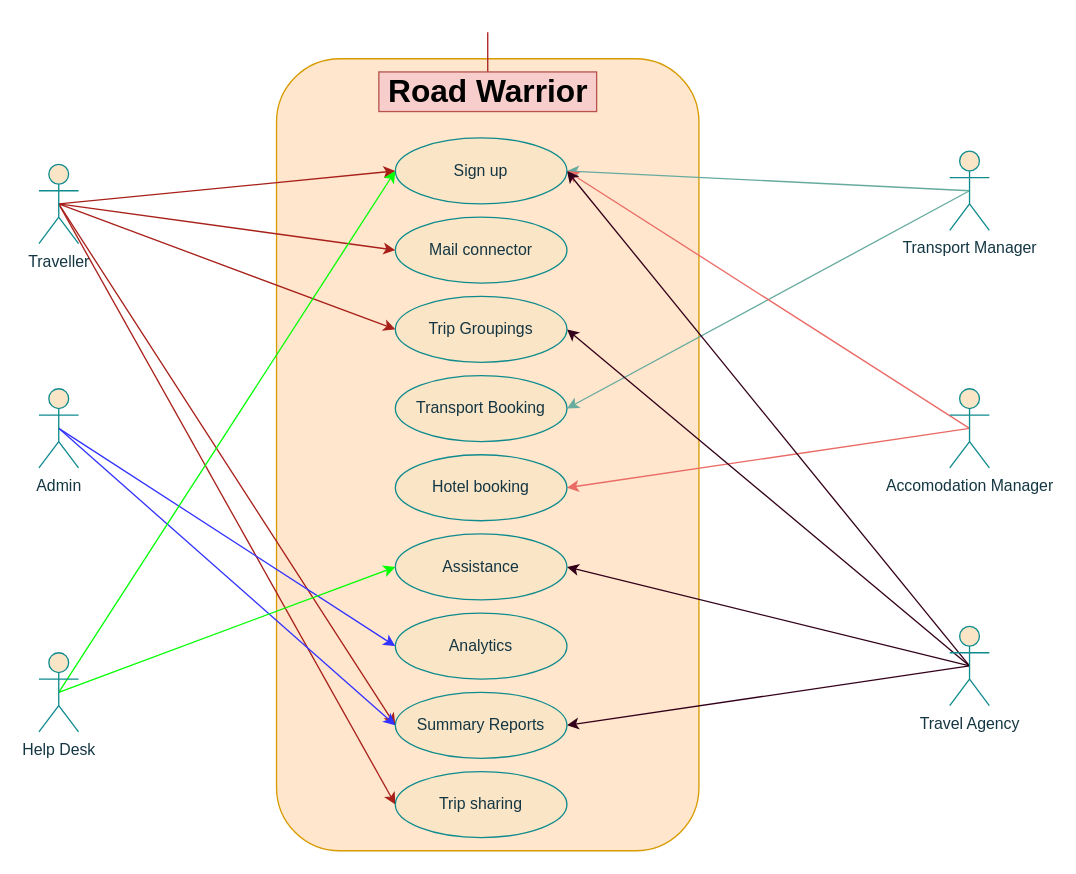
This is RawFiles & Diagrams/actor_usecase.drawio from truptijogi7/ArchKatas2023, a draw.io file, before an edit. Source tidied: cells renumbered, new cells numbered last; positions are measured from the earlier drawing's top-left corner, leaving out a move shared by most shapes. Both pictures are drawn from the tidied source at 132%, with x=0, y=0 at pixel (38, 58).
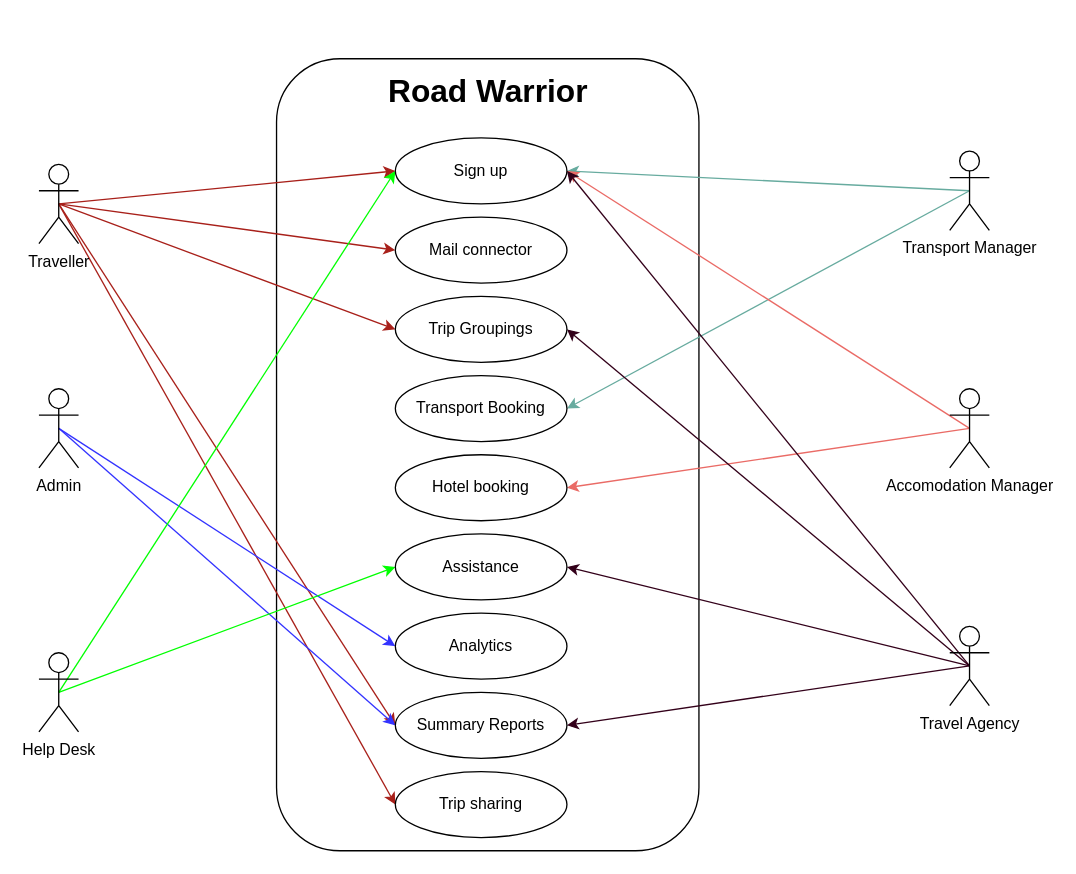
The same diagram, later.

Commit message (it also covers changes not shown here):
update actor user case diagram

The edit, as a diff of the source:
```diff
@@
-    <mxCell id="2" style="rounded=1;whiteSpace=wrap;html=1;strokeColor=#d79b00;fillColor=#ffe6cc;labelBackgroundColor=none;" parent="1" vertex="1">
+    <mxCell id="2" style="rounded=1;whiteSpace=wrap;html=1;labelBackgroundColor=none;" parent="1" vertex="1">
       <mxGeometry x="180" width="320" height="600" as="geometry" />
     </mxCell>
@@
-    <mxCell id="8" value="Traveller" style="shape=umlActor;verticalLabelPosition=bottom;verticalAlign=top;html=1;outlineConnect=0;labelBackgroundColor=none;fillColor=#FAE5C7;strokeColor=#0F8B8D;fontColor=#143642;" parent="1" vertex="1">
+    <mxCell id="8" value="Traveller" style="shape=umlActor;verticalLabelPosition=bottom;verticalAlign=top;html=1;outlineConnect=0;labelBackgroundColor=none;" parent="1" vertex="1">
       <mxGeometry y="80" width="30" height="60" as="geometry" />
     </mxCell>
@@
-    <mxCell id="11" value="Admin" style="shape=umlActor;verticalLabelPosition=bottom;verticalAlign=top;html=1;outlineConnect=0;strokeColor=#0F8B8D;fontColor=#143642;fillColor=#FAE5C7;" parent="1" vertex="1">
+    <mxCell id="11" value="Admin" style="shape=umlActor;verticalLabelPosition=bottom;verticalAlign=top;html=1;outlineConnect=0;" parent="1" vertex="1">
       <mxGeometry y="250" width="30" height="60" as="geometry" />
     </mxCell>
@@
-    <mxCell id="14" value="Help Desk" style="shape=umlActor;verticalLabelPosition=bottom;verticalAlign=top;html=1;outlineConnect=0;strokeColor=#0F8B8D;fontColor=#143642;fillColor=#FAE5C7;" parent="1" vertex="1">
+    <mxCell id="14" value="Help Desk" style="shape=umlActor;verticalLabelPosition=bottom;verticalAlign=top;html=1;outlineConnect=0;" parent="1" vertex="1">
       <mxGeometry y="450" width="30" height="60" as="geometry" />
     </mxCell>
@@
-    <mxCell id="17" value="Transport Manager" style="shape=umlActor;verticalLabelPosition=bottom;verticalAlign=top;html=1;outlineConnect=0;strokeColor=#0F8B8D;fontColor=#143642;fillColor=#FAE5C7;" parent="1" vertex="1">
+    <mxCell id="17" value="Transport Manager" style="shape=umlActor;verticalLabelPosition=bottom;verticalAlign=top;html=1;outlineConnect=0;" parent="1" vertex="1">
       <mxGeometry x="690" y="70" width="30" height="60" as="geometry" />
     </mxCell>
@@
-    <mxCell id="20" value="Accomodation Manager" style="shape=umlActor;verticalLabelPosition=bottom;verticalAlign=top;html=1;outlineConnect=0;strokeColor=#0F8B8D;fontColor=#143642;fillColor=#FAE5C7;" parent="1" vertex="1">
+    <mxCell id="20" value="Accomodation Manager" style="shape=umlActor;verticalLabelPosition=bottom;verticalAlign=top;html=1;outlineConnect=0;" parent="1" vertex="1">
       <mxGeometry x="690" y="250" width="30" height="60" as="geometry" />
     </mxCell>
@@
-    <mxCell id="25" value="Travel Agency" style="shape=umlActor;verticalLabelPosition=bottom;verticalAlign=top;html=1;outlineConnect=0;strokeColor=#0F8B8D;fontColor=#143642;fillColor=#FAE5C7;" parent="1" vertex="1">
+    <mxCell id="25" value="Travel Agency" style="shape=umlActor;verticalLabelPosition=bottom;verticalAlign=top;html=1;outlineConnect=0;" parent="1" vertex="1">
       <mxGeometry x="690" y="430" width="30" height="60" as="geometry" />
     </mxCell>
-    <mxCell id="26" style="edgeStyle=orthogonalEdgeStyle;rounded=0;jettySize=auto;html=1;exitX=0.5;exitY=0;exitDx=0;exitDy=0;strokeColor=#A8201A;fontColor=#143642;fillColor=#FAE5C7;" parent="1" edge="1" source="2">
-      <mxGeometry relative="1" as="geometry">
-        <mxPoint x="340" y="40" as="targetPoint" />
-      </mxGeometry>
-    </mxCell>
-    <mxCell id="27" value="&lt;div style=&quot;border-color: var(--border-color);&quot;&gt;&lt;div style=&quot;border-color: var(--border-color);&quot;&gt;Sign up&lt;/div&gt;&lt;/div&gt;" style="ellipse;whiteSpace=wrap;html=1;strokeColor=#0F8B8D;fontColor=#143642;fillColor=#FAE5C7;" parent="1" vertex="1">
+    <mxCell id="27" value="&lt;div style=&quot;border-color: var(--border-color);&quot;&gt;&lt;div style=&quot;border-color: var(--border-color);&quot;&gt;Sign up&lt;/div&gt;&lt;/div&gt;" style="ellipse;whiteSpace=wrap;html=1;" parent="1" vertex="1">
       <mxGeometry x="270" y="60" width="130" height="50" as="geometry" />
     </mxCell>
-    <mxCell id="28" value="&lt;div style=&quot;border-color: var(--border-color);&quot;&gt;Mail connector&lt;/div&gt;" style="ellipse;whiteSpace=wrap;html=1;strokeColor=#0F8B8D;fontColor=#143642;fillColor=#FAE5C7;" parent="1" vertex="1">
+    <mxCell id="28" value="&lt;div style=&quot;border-color: var(--border-color);&quot;&gt;Mail connector&lt;/div&gt;" style="ellipse;whiteSpace=wrap;html=1;" parent="1" vertex="1">
       <mxGeometry x="270" y="120" width="130" height="50" as="geometry" />
     </mxCell>
-    <mxCell id="29" value="&lt;div style=&quot;border-color: var(--border-color);&quot;&gt;&lt;div style=&quot;border-color: var(--border-color);&quot;&gt;Trip Groupings&lt;/div&gt;&lt;/div&gt;" style="ellipse;whiteSpace=wrap;html=1;strokeColor=#0F8B8D;fontColor=#143642;fillColor=#FAE5C7;" parent="1" vertex="1">
+    <mxCell id="29" value="&lt;div style=&quot;border-color: var(--border-color);&quot;&gt;&lt;div style=&quot;border-color: var(--border-color);&quot;&gt;Trip Groupings&lt;/div&gt;&lt;/div&gt;" style="ellipse;whiteSpace=wrap;html=1;" parent="1" vertex="1">
       <mxGeometry x="270" y="180" width="130" height="50" as="geometry" />
     </mxCell>
-    <mxCell id="30" value="&lt;div style=&quot;border-color: var(--border-color);&quot;&gt;Transport Booking&lt;/div&gt;" style="ellipse;whiteSpace=wrap;html=1;strokeColor=#0F8B8D;fontColor=#143642;fillColor=#FAE5C7;" parent="1" vertex="1">
+    <mxCell id="30" value="&lt;div style=&quot;border-color: var(--border-color);&quot;&gt;Transport Booking&lt;/div&gt;" style="ellipse;whiteSpace=wrap;html=1;" parent="1" vertex="1">
       <mxGeometry x="270" y="240" width="130" height="50" as="geometry" />
     </mxCell>
-    <mxCell id="31" value="&lt;div style=&quot;border-color: var(--border-color);&quot;&gt;&lt;div style=&quot;border-color: var(--border-color);&quot;&gt;Hotel booking&lt;/div&gt;&lt;/div&gt;" style="ellipse;whiteSpace=wrap;html=1;strokeColor=#0F8B8D;fontColor=#143642;fillColor=#FAE5C7;" parent="1" vertex="1">
+    <mxCell id="31" value="&lt;div style=&quot;border-color: var(--border-color);&quot;&gt;&lt;div style=&quot;border-color: var(--border-color);&quot;&gt;Hotel booking&lt;/div&gt;&lt;/div&gt;" style="ellipse;whiteSpace=wrap;html=1;" parent="1" vertex="1">
       <mxGeometry x="270" y="300" width="130" height="50" as="geometry" />
     </mxCell>
-    <mxCell id="32" value="&lt;div style=&quot;border-color: var(--border-color);&quot;&gt;Assistance&lt;/div&gt;" style="ellipse;whiteSpace=wrap;html=1;strokeColor=#0F8B8D;fontColor=#143642;fillColor=#FAE5C7;" parent="1" vertex="1">
+    <mxCell id="32" value="&lt;div style=&quot;border-color: var(--border-color);&quot;&gt;Assistance&lt;/div&gt;" style="ellipse;whiteSpace=wrap;html=1;" parent="1" vertex="1">
       <mxGeometry x="270" y="360" width="130" height="50" as="geometry" />
     </mxCell>
-    <mxCell id="33" value="&lt;div style=&quot;border-color: var(--border-color);&quot;&gt;Analytics&lt;/div&gt;" style="ellipse;whiteSpace=wrap;html=1;strokeColor=#0F8B8D;fontColor=#143642;fillColor=#FAE5C7;" parent="1" vertex="1">
+    <mxCell id="33" value="&lt;div style=&quot;border-color: var(--border-color);&quot;&gt;Analytics&lt;/div&gt;" style="ellipse;whiteSpace=wrap;html=1;" parent="1" vertex="1">
       <mxGeometry x="270" y="420" width="130" height="50" as="geometry" />
     </mxCell>
-    <mxCell id="34" value="&lt;div style=&quot;border-color: var(--border-color);&quot;&gt;&lt;div style=&quot;border-color: var(--border-color);&quot;&gt;Summary Reports&lt;/div&gt;&lt;/div&gt;" style="ellipse;whiteSpace=wrap;html=1;strokeColor=#0F8B8D;fontColor=#143642;fillColor=#FAE5C7;" parent="1" vertex="1">
+    <mxCell id="34" value="&lt;div style=&quot;border-color: var(--border-color);&quot;&gt;&lt;div style=&quot;border-color: var(--border-color);&quot;&gt;Summary Reports&lt;/div&gt;&lt;/div&gt;" style="ellipse;whiteSpace=wrap;html=1;" parent="1" vertex="1">
       <mxGeometry x="270" y="480" width="130" height="50" as="geometry" />
     </mxCell>
-    <mxCell id="35" value="&lt;div style=&quot;border-color: var(--border-color);&quot;&gt;&lt;div style=&quot;border-color: var(--border-color);&quot;&gt;Trip sharing&lt;/div&gt;&lt;/div&gt;" style="ellipse;whiteSpace=wrap;html=1;strokeColor=#0F8B8D;fontColor=#143642;fillColor=#FAE5C7;" parent="1" vertex="1">
+    <mxCell id="35" value="&lt;div style=&quot;border-color: var(--border-color);&quot;&gt;&lt;div style=&quot;border-color: var(--border-color);&quot;&gt;Trip sharing&lt;/div&gt;&lt;/div&gt;" style="ellipse;whiteSpace=wrap;html=1;" parent="1" vertex="1">
       <mxGeometry x="270" y="540" width="130" height="50" as="geometry" />
     </mxCell>
-    <mxCell id="36" value="&lt;h1&gt;&lt;b&gt;Road Warrior&lt;/b&gt;&lt;/h1&gt;" style="text;html=1;strokeColor=#b85450;fillColor=#f8cecc;align=center;verticalAlign=middle;whiteSpace=wrap;rounded=0;fontColor=#000000;" parent="1" vertex="1">
+    <mxCell id="36" value="&lt;h1&gt;&lt;b&gt;Road Warrior&lt;/b&gt;&lt;/h1&gt;" style="text;html=1;align=center;verticalAlign=middle;whiteSpace=wrap;rounded=0;" parent="1" vertex="1">
       <mxGeometry x="257.5" y="10" width="165" height="30" as="geometry" />
     </mxCell>
```
